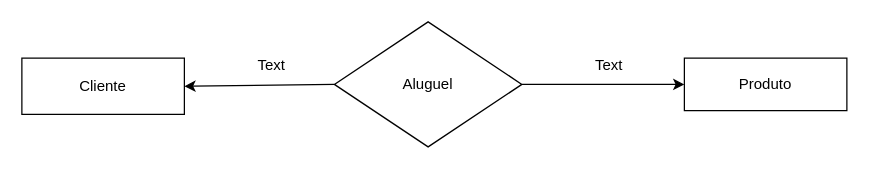
Before: Atividade final UC2/Diagrama Modelagem de dados/Diagrama clienteproduto.drawio in geangela07/Atividades, a draw.io diagram. Source tidied: cells renumbered, new cells numbered last; positions are measured from the earlier drawing's top-left corner, leaving out a move shared by most shapes. Both pictures are drawn from the tidied source at 125%, with x=0, y=0 at pixel (21, 21).
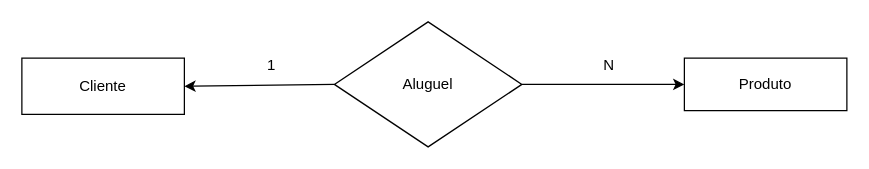
After the change.

Change to the diagram source:
```diff
@@
 <mxGraphModel>
   <root>
     <mxCell id="0" />
     <mxCell id="1" parent="0" />
     <mxCell id="2" value="Aluguel" style="rhombus;whiteSpace=wrap;html=1;" parent="1" vertex="1">
       <mxGeometry x="250" width="150" height="100" as="geometry" />
     </mxCell>
     <mxCell id="3" value="Cliente" style="rounded=0;whiteSpace=wrap;html=1;" parent="1" vertex="1">
       <mxGeometry y="29" width="130" height="45" as="geometry" />
     </mxCell>
     <mxCell id="4" value="Produto" style="rounded=0;whiteSpace=wrap;html=1;" parent="1" vertex="1">
       <mxGeometry x="530" y="29" width="130" height="42" as="geometry" />
     </mxCell>
     <mxCell id="5" style="endArrow=classic;html=1;rounded=0;entryX=1;entryY=0.5;entryDx=0;entryDy=0;exitX=0;exitY=0.5;exitDx=0;exitDy=0;" parent="1" edge="1" source="2" target="3">
       <mxGeometry relative="1" as="geometry" />
     </mxCell>
     <mxCell id="6" style="endArrow=classic;html=1;rounded=0;entryX=0;entryY=0.5;entryDx=0;entryDy=0;" parent="1" edge="1" target="4">
       <mxGeometry relative="1" as="geometry">
         <mxPoint x="400" y="50" as="sourcePoint" />
       </mxGeometry>
     </mxCell>
-    <mxCell id="7" value="Text" style="text;html=1;strokeColor=none;fillColor=none;align=center;verticalAlign=middle;whiteSpace=wrap;rounded=0;" parent="1" vertex="1">
+    <mxCell id="7" value="1" style="text;html=1;strokeColor=none;fillColor=none;align=center;verticalAlign=middle;whiteSpace=wrap;rounded=0;" parent="1" vertex="1">
       <mxGeometry x="170" y="20" width="60" height="30" as="geometry" />
     </mxCell>
-    <mxCell id="8" value="Text" style="text;html=1;strokeColor=none;fillColor=none;align=center;verticalAlign=middle;whiteSpace=wrap;rounded=0;" parent="1" vertex="1">
+    <mxCell id="8" value="N" style="text;html=1;strokeColor=none;fillColor=none;align=center;verticalAlign=middle;whiteSpace=wrap;rounded=0;" parent="1" vertex="1">
       <mxGeometry x="440" y="20" width="60" height="30" as="geometry" />
     </mxCell>
   </root>
 </mxGraphModel>
```
